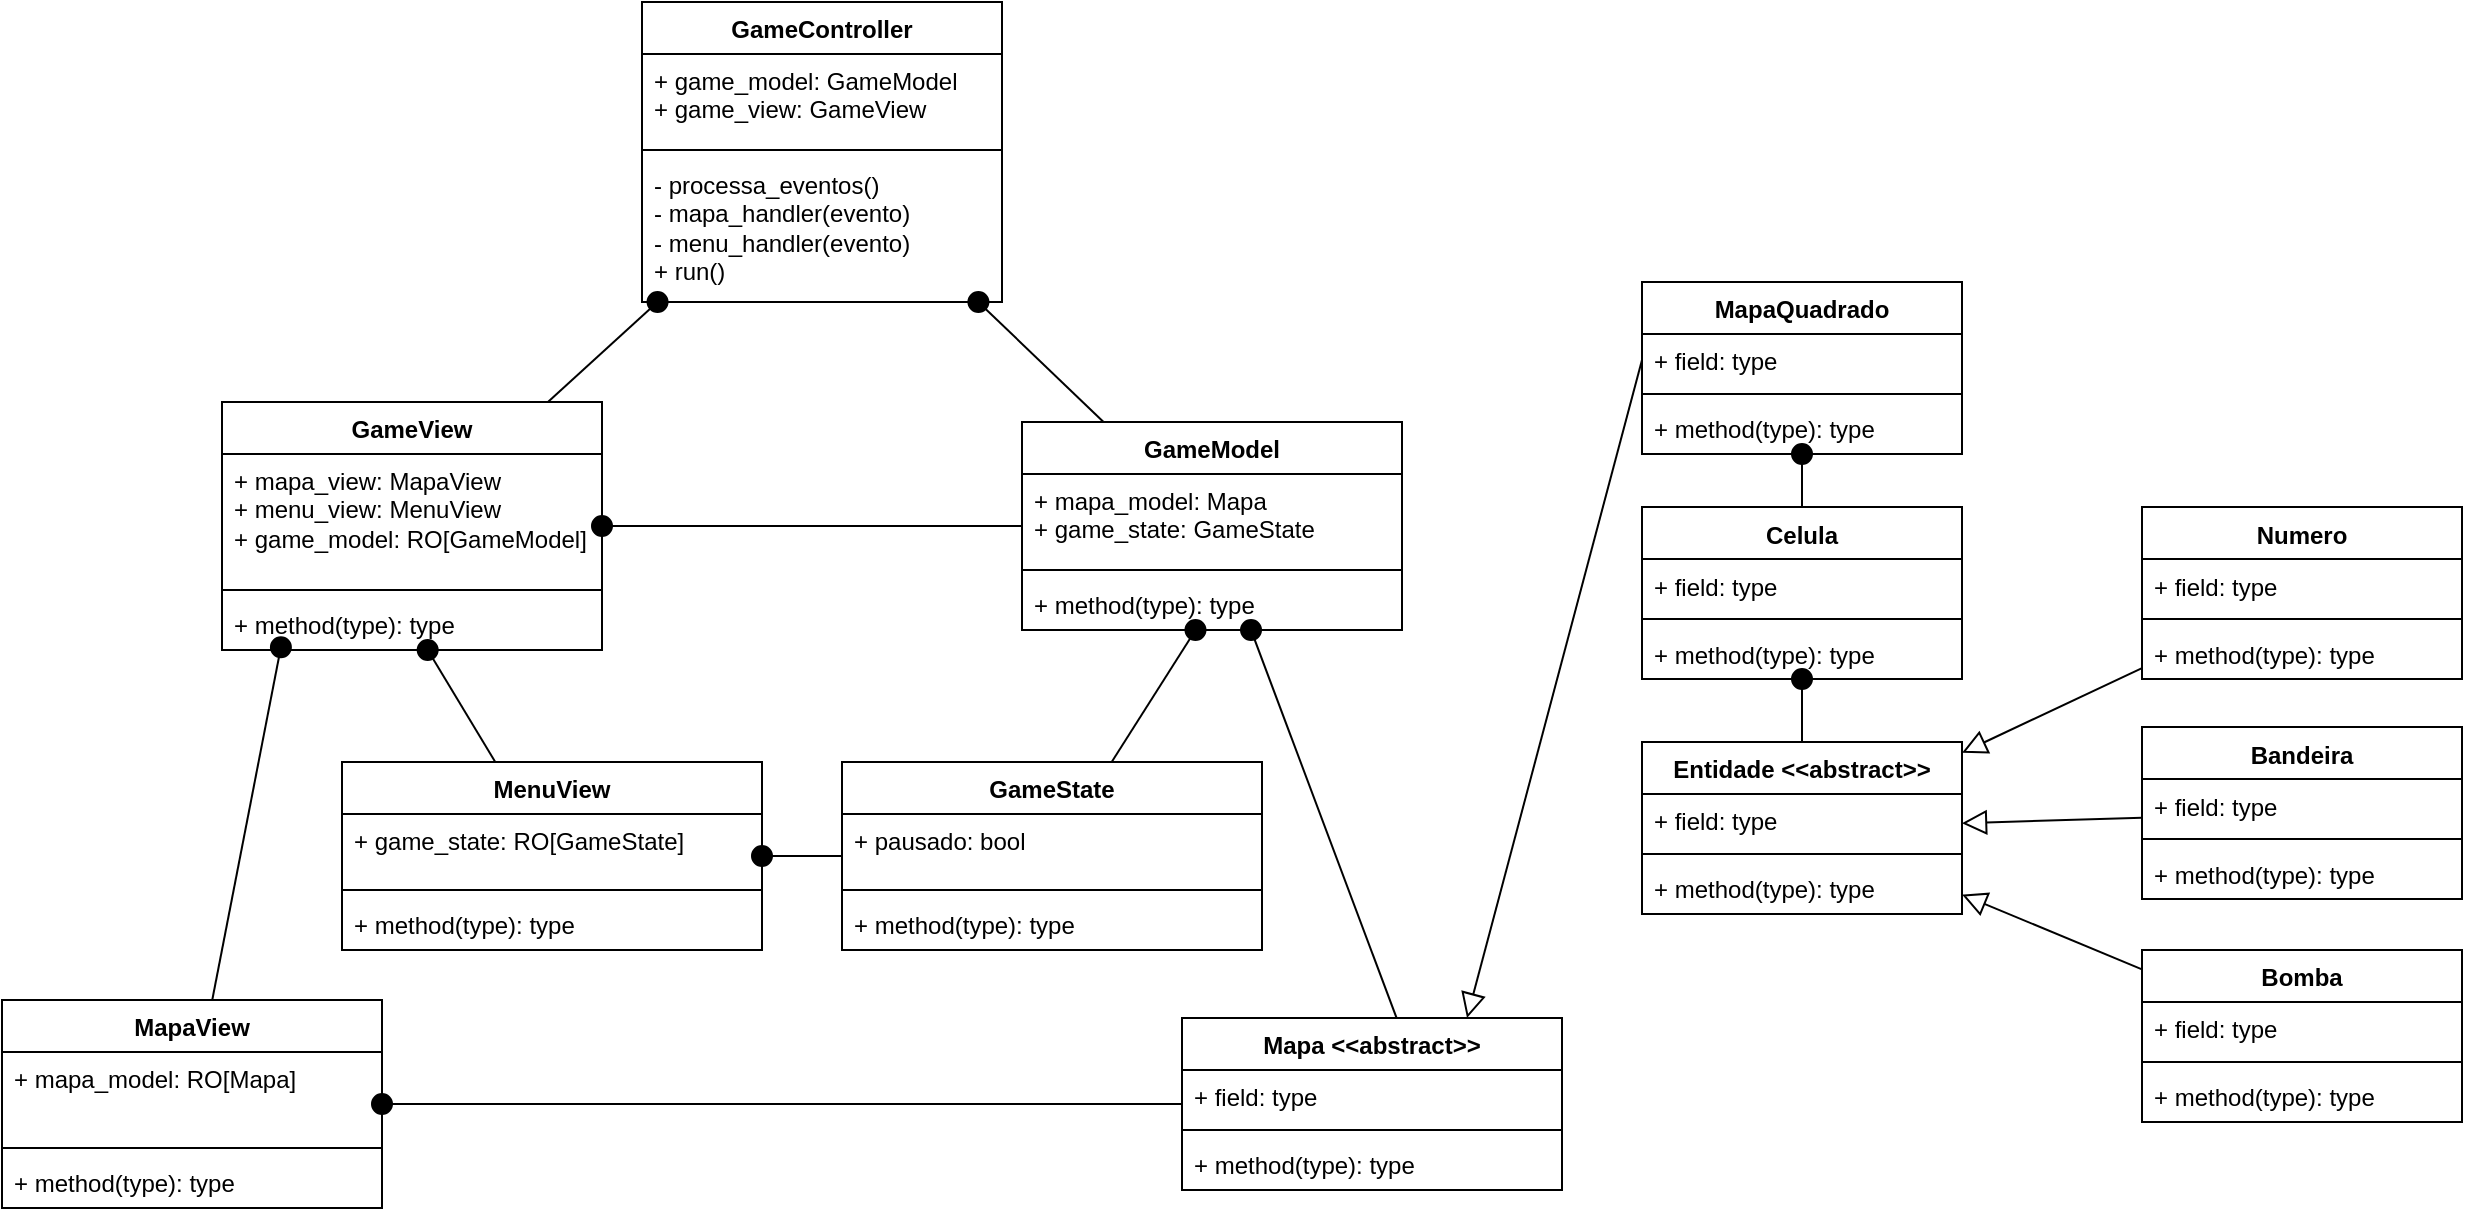
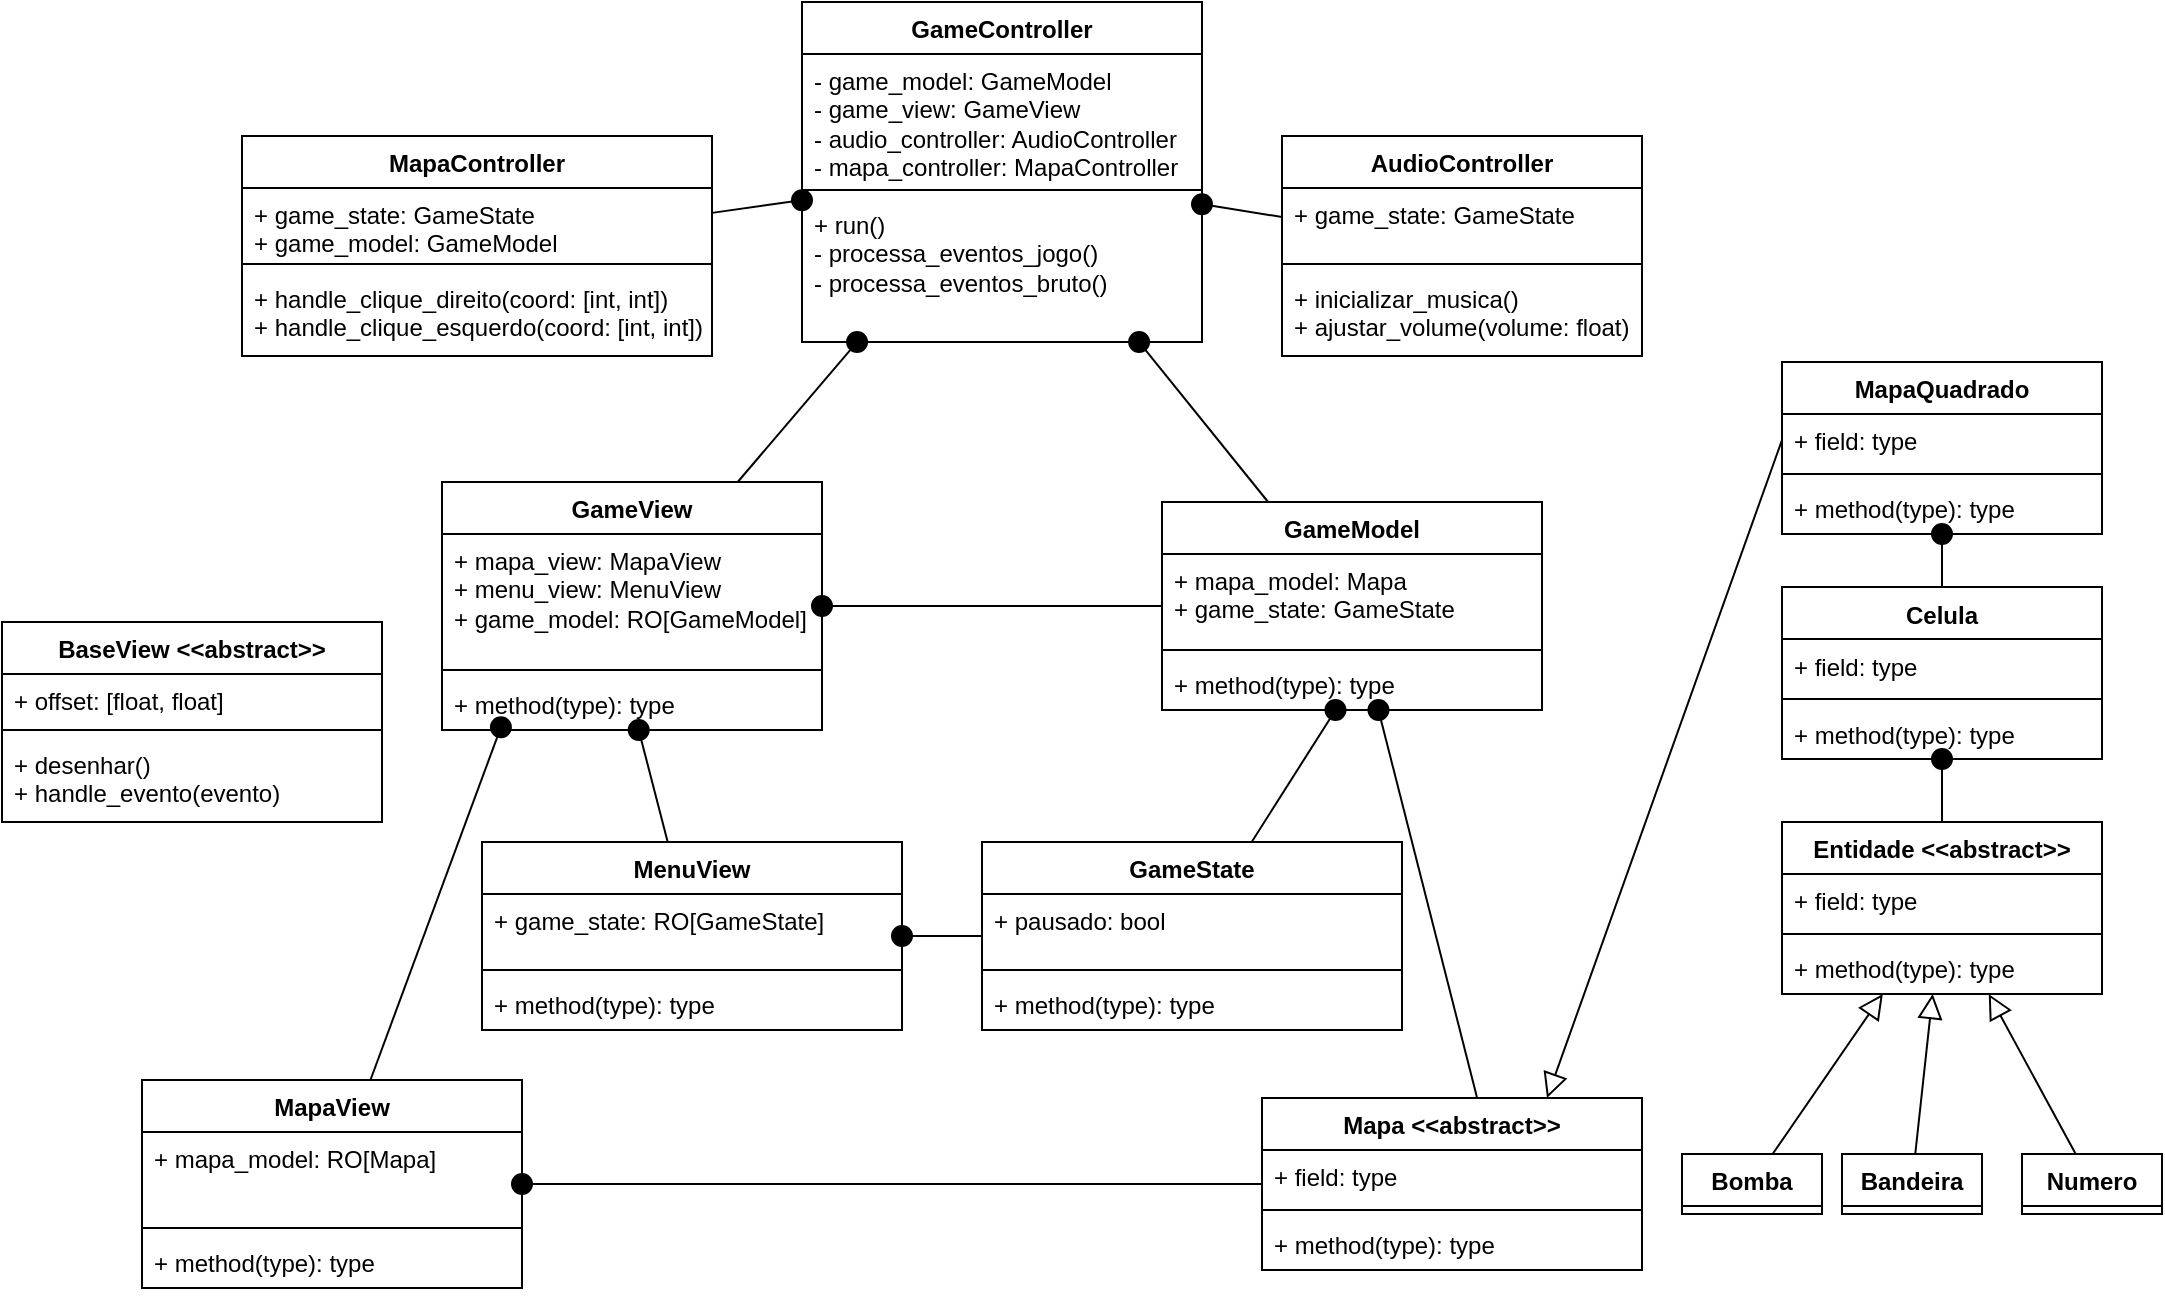
<mxfile host="Electron">
  <diagram name="Page-1" id="DsnJjIscG6YEeO3peNHQ">
    <mxGraphModel dx="2264" dy="844" grid="1" gridSize="10" guides="1" tooltips="1" connect="1" arrows="1" fold="1" page="1" pageScale="1" pageWidth="850" pageHeight="1100" math="0" shadow="0">
      <root>
        <mxCell id="0" />
        <mxCell id="1" parent="0" />
        <mxCell id="2NGO6QNT-XVds2e5QfUs-27" edge="1" parent="1" source="Y35sOmGl3bvAld_jIVSL-2" style="edgeStyle=none;shape=connector;rounded=0;orthogonalLoop=1;jettySize=auto;html=1;strokeColor=default;align=center;verticalAlign=middle;fontFamily=Helvetica;fontSize=11;fontColor=default;labelBackgroundColor=default;startSize=10;endArrow=block;endFill=0;endSize=10;exitX=0;exitY=0.5;exitDx=0;exitDy=0;entryX=0.75;entryY=0;entryDx=0;entryDy=0;" target="2NGO6QNT-XVds2e5QfUs-1" value="">
          <mxGeometry relative="1" as="geometry" />
        </mxCell>
        <mxCell id="Y35sOmGl3bvAld_jIVSL-1" parent="1" style="swimlane;fontStyle=1;align=center;verticalAlign=top;childLayout=stackLayout;horizontal=1;startSize=26;horizontalStack=0;resizeParent=1;resizeParentMax=0;resizeLast=0;collapsible=1;marginBottom=0;whiteSpace=wrap;html=1;" value="MapaQuadrado" vertex="1">
          <mxGeometry height="86" width="160" x="510" y="190" as="geometry">
            <mxRectangle height="30" width="120" x="345" y="370" as="alternateBounds" />
          </mxGeometry>
        </mxCell>
        <mxCell id="Y35sOmGl3bvAld_jIVSL-2" parent="Y35sOmGl3bvAld_jIVSL-1" style="text;strokeColor=none;fillColor=none;align=left;verticalAlign=top;spacingLeft=4;spacingRight=4;overflow=hidden;rotatable=0;points=[[0,0.5],[1,0.5]];portConstraint=eastwest;whiteSpace=wrap;html=1;" value="+ field: type" vertex="1">
          <mxGeometry height="26" width="160" y="26" as="geometry" />
        </mxCell>
        <mxCell id="Y35sOmGl3bvAld_jIVSL-3" parent="Y35sOmGl3bvAld_jIVSL-1" style="line;strokeWidth=1;fillColor=none;align=left;verticalAlign=middle;spacingTop=-1;spacingLeft=3;spacingRight=3;rotatable=0;labelPosition=right;points=[];portConstraint=eastwest;strokeColor=inherit;" value="" vertex="1">
          <mxGeometry height="8" width="160" y="52" as="geometry" />
        </mxCell>
        <mxCell id="Y35sOmGl3bvAld_jIVSL-4" parent="Y35sOmGl3bvAld_jIVSL-1" style="text;strokeColor=none;fillColor=none;align=left;verticalAlign=top;spacingLeft=4;spacingRight=4;overflow=hidden;rotatable=0;points=[[0,0.5],[1,0.5]];portConstraint=eastwest;whiteSpace=wrap;html=1;" value="+ method(type): type" vertex="1">
          <mxGeometry height="26" width="160" y="60" as="geometry" />
        </mxCell>
        <mxCell id="2NGO6QNT-XVds2e5QfUs-59" edge="1" parent="1" source="2NGO6QNT-XVds2e5QfUs-1" style="edgeStyle=none;shape=connector;rounded=0;orthogonalLoop=1;jettySize=auto;html=1;strokeColor=default;align=center;verticalAlign=middle;fontFamily=Helvetica;fontSize=11;fontColor=default;labelBackgroundColor=default;startSize=10;endArrow=oval;endFill=1;endSize=10;exitX=0.569;exitY=0.025;exitDx=0;exitDy=0;exitPerimeter=0;" target="2NGO6QNT-XVds2e5QfUs-41">
          <mxGeometry relative="1" as="geometry">
            <mxPoint x="400" y="430" as="targetPoint" />
          </mxGeometry>
        </mxCell>
        <mxCell id="2NGO6QNT-XVds2e5QfUs-95" edge="1" parent="1" source="2NGO6QNT-XVds2e5QfUs-1" style="edgeStyle=none;shape=connector;rounded=0;orthogonalLoop=1;jettySize=auto;html=1;strokeColor=default;align=center;verticalAlign=middle;fontFamily=Helvetica;fontSize=11;fontColor=default;labelBackgroundColor=default;startSize=10;endArrow=oval;endFill=1;endSize=10;" target="2NGO6QNT-XVds2e5QfUs-54">
          <mxGeometry relative="1" as="geometry" />
        </mxCell>
        <mxCell id="2NGO6QNT-XVds2e5QfUs-1" parent="1" style="swimlane;fontStyle=1;align=center;verticalAlign=top;childLayout=stackLayout;horizontal=1;startSize=26;horizontalStack=0;resizeParent=1;resizeParentMax=0;resizeLast=0;collapsible=1;marginBottom=0;whiteSpace=wrap;html=1;" value="Mapa &amp;lt;&amp;lt;abstract&amp;gt;&amp;gt;" vertex="1">
-           <mxGeometry height="86" width="190" x="280" y="558" as="geometry" />
+           <mxGeometry height="86" width="190" x="250" y="558" as="geometry" />
        </mxCell>
        <mxCell id="2NGO6QNT-XVds2e5QfUs-2" parent="2NGO6QNT-XVds2e5QfUs-1" style="text;strokeColor=none;fillColor=none;align=left;verticalAlign=top;spacingLeft=4;spacingRight=4;overflow=hidden;rotatable=0;points=[[0,0.5],[1,0.5]];portConstraint=eastwest;whiteSpace=wrap;html=1;" value="+ field: type" vertex="1">
          <mxGeometry height="26" width="190" y="26" as="geometry" />
        </mxCell>
        <mxCell id="2NGO6QNT-XVds2e5QfUs-3" parent="2NGO6QNT-XVds2e5QfUs-1" style="line;strokeWidth=1;fillColor=none;align=left;verticalAlign=middle;spacingTop=-1;spacingLeft=3;spacingRight=3;rotatable=0;labelPosition=right;points=[];portConstraint=eastwest;strokeColor=inherit;" value="" vertex="1">
          <mxGeometry height="8" width="190" y="52" as="geometry" />
        </mxCell>
        <mxCell id="2NGO6QNT-XVds2e5QfUs-4" parent="2NGO6QNT-XVds2e5QfUs-1" style="text;strokeColor=none;fillColor=none;align=left;verticalAlign=top;spacingLeft=4;spacingRight=4;overflow=hidden;rotatable=0;points=[[0,0.5],[1,0.5]];portConstraint=eastwest;whiteSpace=wrap;html=1;" value="+ method(type): type" vertex="1">
          <mxGeometry height="26" width="190" y="60" as="geometry" />
        </mxCell>
        <mxCell id="2NGO6QNT-XVds2e5QfUs-21" edge="1" parent="1" source="2NGO6QNT-XVds2e5QfUs-5" style="rounded=0;orthogonalLoop=1;jettySize=auto;html=1;endArrow=oval;endFill=1;endSize=10;startSize=10;" target="Y35sOmGl3bvAld_jIVSL-1" value="">
          <mxGeometry relative="1" as="geometry" />
        </mxCell>
        <mxCell id="2NGO6QNT-XVds2e5QfUs-5" parent="1" style="swimlane;fontStyle=1;align=center;verticalAlign=top;childLayout=stackLayout;horizontal=1;startSize=26;horizontalStack=0;resizeParent=1;resizeParentMax=0;resizeLast=0;collapsible=1;marginBottom=0;whiteSpace=wrap;html=1;" value="Celula" vertex="1">
          <mxGeometry height="86" width="160" x="510" y="302.5" as="geometry">
            <mxRectangle height="30" width="70" x="345" y="487" as="alternateBounds" />
          </mxGeometry>
        </mxCell>
        <mxCell id="2NGO6QNT-XVds2e5QfUs-6" parent="2NGO6QNT-XVds2e5QfUs-5" style="text;strokeColor=none;fillColor=none;align=left;verticalAlign=top;spacingLeft=4;spacingRight=4;overflow=hidden;rotatable=0;points=[[0,0.5],[1,0.5]];portConstraint=eastwest;whiteSpace=wrap;html=1;" value="+ field: type" vertex="1">
          <mxGeometry height="26" width="160" y="26" as="geometry" />
        </mxCell>
        <mxCell id="2NGO6QNT-XVds2e5QfUs-7" parent="2NGO6QNT-XVds2e5QfUs-5" style="line;strokeWidth=1;fillColor=none;align=left;verticalAlign=middle;spacingTop=-1;spacingLeft=3;spacingRight=3;rotatable=0;labelPosition=right;points=[];portConstraint=eastwest;strokeColor=inherit;" value="" vertex="1">
          <mxGeometry height="8" width="160" y="52" as="geometry" />
        </mxCell>
        <mxCell id="2NGO6QNT-XVds2e5QfUs-8" parent="2NGO6QNT-XVds2e5QfUs-5" style="text;strokeColor=none;fillColor=none;align=left;verticalAlign=top;spacingLeft=4;spacingRight=4;overflow=hidden;rotatable=0;points=[[0,0.5],[1,0.5]];portConstraint=eastwest;whiteSpace=wrap;html=1;" value="+ method(type): type" vertex="1">
          <mxGeometry height="26" width="160" y="60" as="geometry" />
        </mxCell>
        <mxCell id="2NGO6QNT-XVds2e5QfUs-24" edge="1" parent="1" source="2NGO6QNT-XVds2e5QfUs-9" style="rounded=0;orthogonalLoop=1;jettySize=auto;html=1;endArrow=block;endFill=0;endSize=10;startSize=10;" target="2NGO6QNT-XVds2e5QfUs-17" value="">
          <mxGeometry relative="1" as="geometry" />
        </mxCell>
-         <mxCell id="2NGO6QNT-XVds2e5QfUs-9" parent="1" style="swimlane;fontStyle=1;align=center;verticalAlign=top;childLayout=stackLayout;horizontal=1;startSize=26;horizontalStack=0;resizeParent=1;resizeParentMax=0;resizeLast=0;collapsible=1;marginBottom=0;whiteSpace=wrap;html=1;" value="Bandeira" vertex="1">
-           <mxGeometry height="86" width="160" x="760" y="412.5" as="geometry">
-             <mxRectangle height="30" width="70" x="345" y="487" as="alternateBounds" />
+         <mxCell id="2NGO6QNT-XVds2e5QfUs-9" collapsed="1" parent="1" style="swimlane;fontStyle=1;align=center;verticalAlign=top;childLayout=stackLayout;horizontal=1;startSize=26;horizontalStack=0;resizeParent=1;resizeParentMax=0;resizeLast=0;collapsible=1;marginBottom=0;whiteSpace=wrap;html=1;" value="Bandeira" vertex="1">
+           <mxGeometry height="30" width="70" x="540" y="586" as="geometry">
+             <mxRectangle height="86" width="160" x="760" y="412.5" as="alternateBounds" />
          </mxGeometry>
        </mxCell>
        <mxCell id="2NGO6QNT-XVds2e5QfUs-10" parent="2NGO6QNT-XVds2e5QfUs-9" style="text;strokeColor=none;fillColor=none;align=left;verticalAlign=top;spacingLeft=4;spacingRight=4;overflow=hidden;rotatable=0;points=[[0,0.5],[1,0.5]];portConstraint=eastwest;whiteSpace=wrap;html=1;" value="+ field: type" vertex="1">
          <mxGeometry height="26" width="160" y="26" as="geometry" />
        </mxCell>
        <mxCell id="2NGO6QNT-XVds2e5QfUs-11" parent="2NGO6QNT-XVds2e5QfUs-9" style="line;strokeWidth=1;fillColor=none;align=left;verticalAlign=middle;spacingTop=-1;spacingLeft=3;spacingRight=3;rotatable=0;labelPosition=right;points=[];portConstraint=eastwest;strokeColor=inherit;" value="" vertex="1">
          <mxGeometry height="8" width="160" y="52" as="geometry" />
        </mxCell>
        <mxCell id="2NGO6QNT-XVds2e5QfUs-12" parent="2NGO6QNT-XVds2e5QfUs-9" style="text;strokeColor=none;fillColor=none;align=left;verticalAlign=top;spacingLeft=4;spacingRight=4;overflow=hidden;rotatable=0;points=[[0,0.5],[1,0.5]];portConstraint=eastwest;whiteSpace=wrap;html=1;" value="+ method(type): type" vertex="1">
          <mxGeometry height="26" width="160" y="60" as="geometry" />
        </mxCell>
        <mxCell id="2NGO6QNT-XVds2e5QfUs-26" edge="1" parent="1" source="2NGO6QNT-XVds2e5QfUs-13" style="rounded=0;orthogonalLoop=1;jettySize=auto;html=1;endArrow=block;endFill=0;endSize=10;startSize=10;" target="2NGO6QNT-XVds2e5QfUs-17" value="">
          <mxGeometry relative="1" as="geometry" />
        </mxCell>
-         <mxCell id="2NGO6QNT-XVds2e5QfUs-13" parent="1" style="swimlane;fontStyle=1;align=center;verticalAlign=top;childLayout=stackLayout;horizontal=1;startSize=26;horizontalStack=0;resizeParent=1;resizeParentMax=0;resizeLast=0;collapsible=1;marginBottom=0;whiteSpace=wrap;html=1;" value="Bomba" vertex="1">
-           <mxGeometry height="86" width="160" x="760" y="524" as="geometry">
-             <mxRectangle height="30" width="70" x="345" y="487" as="alternateBounds" />
+         <mxCell id="2NGO6QNT-XVds2e5QfUs-13" collapsed="1" parent="1" style="swimlane;fontStyle=1;align=center;verticalAlign=top;childLayout=stackLayout;horizontal=1;startSize=26;horizontalStack=0;resizeParent=1;resizeParentMax=0;resizeLast=0;collapsible=1;marginBottom=0;whiteSpace=wrap;html=1;" value="Bomba" vertex="1">
+           <mxGeometry height="30" width="70" x="460" y="586" as="geometry">
+             <mxRectangle height="86" width="160" x="760" y="524" as="alternateBounds" />
          </mxGeometry>
        </mxCell>
        <mxCell id="2NGO6QNT-XVds2e5QfUs-14" parent="2NGO6QNT-XVds2e5QfUs-13" style="text;strokeColor=none;fillColor=none;align=left;verticalAlign=top;spacingLeft=4;spacingRight=4;overflow=hidden;rotatable=0;points=[[0,0.5],[1,0.5]];portConstraint=eastwest;whiteSpace=wrap;html=1;" value="+ field: type" vertex="1">
          <mxGeometry height="26" width="160" y="26" as="geometry" />
        </mxCell>
        <mxCell id="2NGO6QNT-XVds2e5QfUs-15" parent="2NGO6QNT-XVds2e5QfUs-13" style="line;strokeWidth=1;fillColor=none;align=left;verticalAlign=middle;spacingTop=-1;spacingLeft=3;spacingRight=3;rotatable=0;labelPosition=right;points=[];portConstraint=eastwest;strokeColor=inherit;" value="" vertex="1">
          <mxGeometry height="8" width="160" y="52" as="geometry" />
        </mxCell>
        <mxCell id="2NGO6QNT-XVds2e5QfUs-16" parent="2NGO6QNT-XVds2e5QfUs-13" style="text;strokeColor=none;fillColor=none;align=left;verticalAlign=top;spacingLeft=4;spacingRight=4;overflow=hidden;rotatable=0;points=[[0,0.5],[1,0.5]];portConstraint=eastwest;whiteSpace=wrap;html=1;" value="+ method(type): type" vertex="1">
          <mxGeometry height="26" width="160" y="60" as="geometry" />
        </mxCell>
        <mxCell id="2NGO6QNT-XVds2e5QfUs-22" edge="1" parent="1" source="2NGO6QNT-XVds2e5QfUs-17" style="edgeStyle=orthogonalEdgeStyle;rounded=0;orthogonalLoop=1;jettySize=auto;html=1;endArrow=oval;endFill=1;endSize=10;startSize=10;" target="2NGO6QNT-XVds2e5QfUs-5" value="">
          <mxGeometry relative="1" as="geometry" />
        </mxCell>
        <mxCell id="2NGO6QNT-XVds2e5QfUs-17" parent="1" style="swimlane;fontStyle=1;align=center;verticalAlign=top;childLayout=stackLayout;horizontal=1;startSize=26;horizontalStack=0;resizeParent=1;resizeParentMax=0;resizeLast=0;collapsible=1;marginBottom=0;whiteSpace=wrap;html=1;" value="Entidade &amp;lt;&amp;lt;abstract&amp;gt;&amp;gt;" vertex="1">
          <mxGeometry height="86" width="160" x="510" y="420" as="geometry">
            <mxRectangle height="30" width="70" x="345" y="487" as="alternateBounds" />
          </mxGeometry>
        </mxCell>
        <mxCell id="2NGO6QNT-XVds2e5QfUs-18" parent="2NGO6QNT-XVds2e5QfUs-17" style="text;strokeColor=none;fillColor=none;align=left;verticalAlign=top;spacingLeft=4;spacingRight=4;overflow=hidden;rotatable=0;points=[[0,0.5],[1,0.5]];portConstraint=eastwest;whiteSpace=wrap;html=1;" value="+ field: type" vertex="1">
          <mxGeometry height="26" width="160" y="26" as="geometry" />
        </mxCell>
        <mxCell id="2NGO6QNT-XVds2e5QfUs-19" parent="2NGO6QNT-XVds2e5QfUs-17" style="line;strokeWidth=1;fillColor=none;align=left;verticalAlign=middle;spacingTop=-1;spacingLeft=3;spacingRight=3;rotatable=0;labelPosition=right;points=[];portConstraint=eastwest;strokeColor=inherit;" value="" vertex="1">
          <mxGeometry height="8" width="160" y="52" as="geometry" />
        </mxCell>
        <mxCell id="2NGO6QNT-XVds2e5QfUs-20" parent="2NGO6QNT-XVds2e5QfUs-17" style="text;strokeColor=none;fillColor=none;align=left;verticalAlign=top;spacingLeft=4;spacingRight=4;overflow=hidden;rotatable=0;points=[[0,0.5],[1,0.5]];portConstraint=eastwest;whiteSpace=wrap;html=1;" value="+ method(type): type" vertex="1">
          <mxGeometry height="26" width="160" y="60" as="geometry" />
        </mxCell>
        <mxCell id="2NGO6QNT-XVds2e5QfUs-32" edge="1" parent="1" source="2NGO6QNT-XVds2e5QfUs-28" style="edgeStyle=none;shape=connector;rounded=0;orthogonalLoop=1;jettySize=auto;html=1;strokeColor=default;align=center;verticalAlign=middle;fontFamily=Helvetica;fontSize=11;fontColor=default;labelBackgroundColor=default;startSize=10;endArrow=block;endFill=0;endSize=10;" target="2NGO6QNT-XVds2e5QfUs-17">
          <mxGeometry relative="1" as="geometry" />
        </mxCell>
-         <mxCell id="2NGO6QNT-XVds2e5QfUs-28" parent="1" style="swimlane;fontStyle=1;align=center;verticalAlign=top;childLayout=stackLayout;horizontal=1;startSize=26;horizontalStack=0;resizeParent=1;resizeParentMax=0;resizeLast=0;collapsible=1;marginBottom=0;whiteSpace=wrap;html=1;" value="Numero" vertex="1">
-           <mxGeometry height="86" width="160" x="760" y="302.5" as="geometry">
-             <mxRectangle height="30" width="70" x="345" y="487" as="alternateBounds" />
+         <mxCell id="2NGO6QNT-XVds2e5QfUs-28" collapsed="1" parent="1" style="swimlane;fontStyle=1;align=center;verticalAlign=top;childLayout=stackLayout;horizontal=1;startSize=26;horizontalStack=0;resizeParent=1;resizeParentMax=0;resizeLast=0;collapsible=1;marginBottom=0;whiteSpace=wrap;html=1;" value="Numero" vertex="1">
+           <mxGeometry height="30" width="70" x="630" y="586" as="geometry">
+             <mxRectangle height="86" width="160" x="760" y="302.5" as="alternateBounds" />
          </mxGeometry>
        </mxCell>
        <mxCell id="2NGO6QNT-XVds2e5QfUs-29" parent="2NGO6QNT-XVds2e5QfUs-28" style="text;strokeColor=none;fillColor=none;align=left;verticalAlign=top;spacingLeft=4;spacingRight=4;overflow=hidden;rotatable=0;points=[[0,0.5],[1,0.5]];portConstraint=eastwest;whiteSpace=wrap;html=1;" value="+ field: type" vertex="1">
          <mxGeometry height="26" width="160" y="26" as="geometry" />
        </mxCell>
        <mxCell id="2NGO6QNT-XVds2e5QfUs-30" parent="2NGO6QNT-XVds2e5QfUs-28" style="line;strokeWidth=1;fillColor=none;align=left;verticalAlign=middle;spacingTop=-1;spacingLeft=3;spacingRight=3;rotatable=0;labelPosition=right;points=[];portConstraint=eastwest;strokeColor=inherit;" value="" vertex="1">
          <mxGeometry height="8" width="160" y="52" as="geometry" />
        </mxCell>
        <mxCell id="2NGO6QNT-XVds2e5QfUs-31" parent="2NGO6QNT-XVds2e5QfUs-28" style="text;strokeColor=none;fillColor=none;align=left;verticalAlign=top;spacingLeft=4;spacingRight=4;overflow=hidden;rotatable=0;points=[[0,0.5],[1,0.5]];portConstraint=eastwest;whiteSpace=wrap;html=1;" value="+ method(type): type" vertex="1">
          <mxGeometry height="26" width="160" y="60" as="geometry" />
        </mxCell>
        <mxCell id="2NGO6QNT-XVds2e5QfUs-33" parent="1" style="swimlane;fontStyle=1;align=center;verticalAlign=top;childLayout=stackLayout;horizontal=1;startSize=26;horizontalStack=0;resizeParent=1;resizeParentMax=0;resizeLast=0;collapsible=1;marginBottom=0;whiteSpace=wrap;html=1;" value="GameController" vertex="1">
-           <mxGeometry height="150" width="180" x="10" y="50" as="geometry" />
-         </mxCell>
-         <mxCell id="2NGO6QNT-XVds2e5QfUs-34" parent="2NGO6QNT-XVds2e5QfUs-33" style="text;strokeColor=none;fillColor=none;align=left;verticalAlign=top;spacingLeft=4;spacingRight=4;overflow=hidden;rotatable=0;points=[[0,0.5],[1,0.5]];portConstraint=eastwest;whiteSpace=wrap;html=1;" value="+ game_model: GameModel&lt;div&gt;+ game_view: GameView&lt;/div&gt;" vertex="1">
-           <mxGeometry height="44" width="180" y="26" as="geometry" />
+           <mxGeometry height="170" width="200" x="20" y="10" as="geometry" />
+         </mxCell>
+         <mxCell id="2NGO6QNT-XVds2e5QfUs-34" parent="2NGO6QNT-XVds2e5QfUs-33" style="text;strokeColor=none;fillColor=none;align=left;verticalAlign=top;spacingLeft=4;spacingRight=4;overflow=hidden;rotatable=0;points=[[0,0.5],[1,0.5]];portConstraint=eastwest;whiteSpace=wrap;html=1;" value="- game_model: GameModel&lt;div&gt;- game_view: GameView&lt;/div&gt;&lt;div&gt;- audio_controller: AudioController&lt;/div&gt;&lt;div&gt;- mapa_controller: MapaController&lt;/div&gt;" vertex="1">
+           <mxGeometry height="64" width="200" y="26" as="geometry" />
        </mxCell>
        <mxCell id="2NGO6QNT-XVds2e5QfUs-35" parent="2NGO6QNT-XVds2e5QfUs-33" style="line;strokeWidth=1;fillColor=none;align=left;verticalAlign=middle;spacingTop=-1;spacingLeft=3;spacingRight=3;rotatable=0;labelPosition=right;points=[];portConstraint=eastwest;strokeColor=inherit;" value="" vertex="1">
-           <mxGeometry height="8" width="180" y="70" as="geometry" />
-         </mxCell>
-         <mxCell id="2NGO6QNT-XVds2e5QfUs-36" parent="2NGO6QNT-XVds2e5QfUs-33" style="text;strokeColor=none;fillColor=none;align=left;verticalAlign=top;spacingLeft=4;spacingRight=4;overflow=hidden;rotatable=0;points=[[0,0.5],[1,0.5]];portConstraint=eastwest;whiteSpace=wrap;html=1;" value="&lt;div&gt;- processa_eventos()&lt;/div&gt;&lt;div&gt;- mapa_handler(evento)&lt;/div&gt;&lt;div&gt;- menu_handler(evento)&lt;/div&gt;+ run()" vertex="1">
-           <mxGeometry height="72" width="180" y="78" as="geometry" />
+           <mxGeometry height="8" width="200" y="90" as="geometry" />
+         </mxCell>
+         <mxCell id="2NGO6QNT-XVds2e5QfUs-36" parent="2NGO6QNT-XVds2e5QfUs-33" style="text;strokeColor=none;fillColor=none;align=left;verticalAlign=top;spacingLeft=4;spacingRight=4;overflow=hidden;rotatable=0;points=[[0,0.5],[1,0.5]];portConstraint=eastwest;whiteSpace=wrap;html=1;" value="&lt;div&gt;+ run()&lt;/div&gt;&lt;div&gt;- processa_eventos_jogo()&lt;/div&gt;&lt;div&gt;- processa_eventos_bruto()&lt;/div&gt;" vertex="1">
+           <mxGeometry height="72" width="200" y="98" as="geometry" />
        </mxCell>
        <mxCell id="2NGO6QNT-XVds2e5QfUs-51" edge="1" parent="1" source="2NGO6QNT-XVds2e5QfUs-37" style="edgeStyle=none;shape=connector;rounded=0;orthogonalLoop=1;jettySize=auto;html=1;strokeColor=default;align=center;verticalAlign=middle;fontFamily=Helvetica;fontSize=11;fontColor=default;labelBackgroundColor=default;startSize=10;endArrow=oval;endFill=1;endSize=10;" target="2NGO6QNT-XVds2e5QfUs-33">
          <mxGeometry relative="1" as="geometry" />
        </mxCell>
        <mxCell id="2NGO6QNT-XVds2e5QfUs-37" parent="1" style="swimlane;fontStyle=1;align=center;verticalAlign=top;childLayout=stackLayout;horizontal=1;startSize=26;horizontalStack=0;resizeParent=1;resizeParentMax=0;resizeLast=0;collapsible=1;marginBottom=0;whiteSpace=wrap;html=1;" value="GameView" vertex="1">
-           <mxGeometry height="124" width="190" x="-200" y="250" as="geometry" />
+           <mxGeometry height="124" width="190" x="-160" y="250" as="geometry" />
        </mxCell>
        <mxCell id="2NGO6QNT-XVds2e5QfUs-38" parent="2NGO6QNT-XVds2e5QfUs-37" style="text;strokeColor=none;fillColor=none;align=left;verticalAlign=top;spacingLeft=4;spacingRight=4;overflow=hidden;rotatable=0;points=[[0,0.5],[1,0.5]];portConstraint=eastwest;whiteSpace=wrap;html=1;" value="+ mapa_view: MapaView&lt;div&gt;+ menu_view: MenuView&lt;/div&gt;&lt;div&gt;+ game_model: RO[GameModel]&lt;/div&gt;" vertex="1">
          <mxGeometry height="64" width="190" y="26" as="geometry" />
        </mxCell>
        <mxCell id="2NGO6QNT-XVds2e5QfUs-39" parent="2NGO6QNT-XVds2e5QfUs-37" style="line;strokeWidth=1;fillColor=none;align=left;verticalAlign=middle;spacingTop=-1;spacingLeft=3;spacingRight=3;rotatable=0;labelPosition=right;points=[];portConstraint=eastwest;strokeColor=inherit;" value="" vertex="1">
          <mxGeometry height="8" width="190" y="90" as="geometry" />
        </mxCell>
        <mxCell id="2NGO6QNT-XVds2e5QfUs-40" parent="2NGO6QNT-XVds2e5QfUs-37" style="text;strokeColor=none;fillColor=none;align=left;verticalAlign=top;spacingLeft=4;spacingRight=4;overflow=hidden;rotatable=0;points=[[0,0.5],[1,0.5]];portConstraint=eastwest;whiteSpace=wrap;html=1;" value="+ method(type): type" vertex="1">
          <mxGeometry height="26" width="190" y="98" as="geometry" />
        </mxCell>
        <mxCell id="2NGO6QNT-XVds2e5QfUs-50" edge="1" parent="1" source="2NGO6QNT-XVds2e5QfUs-41" style="edgeStyle=none;shape=connector;rounded=0;orthogonalLoop=1;jettySize=auto;html=1;strokeColor=default;align=center;verticalAlign=middle;fontFamily=Helvetica;fontSize=11;fontColor=default;labelBackgroundColor=default;startSize=10;endArrow=oval;endFill=1;endSize=10;" target="2NGO6QNT-XVds2e5QfUs-33">
          <mxGeometry relative="1" as="geometry" />
        </mxCell>
        <mxCell id="2NGO6QNT-XVds2e5QfUs-92" edge="1" parent="1" source="2NGO6QNT-XVds2e5QfUs-41" style="edgeStyle=none;shape=connector;rounded=0;orthogonalLoop=1;jettySize=auto;html=1;strokeColor=default;align=center;verticalAlign=middle;fontFamily=Helvetica;fontSize=11;fontColor=default;labelBackgroundColor=default;startSize=10;endArrow=oval;endFill=1;endSize=10;" target="2NGO6QNT-XVds2e5QfUs-37">
          <mxGeometry relative="1" as="geometry" />
        </mxCell>
        <mxCell id="2NGO6QNT-XVds2e5QfUs-41" parent="1" style="swimlane;fontStyle=1;align=center;verticalAlign=top;childLayout=stackLayout;horizontal=1;startSize=26;horizontalStack=0;resizeParent=1;resizeParentMax=0;resizeLast=0;collapsible=1;marginBottom=0;whiteSpace=wrap;html=1;" value="GameModel" vertex="1">
          <mxGeometry height="104" width="190" x="200" y="260" as="geometry" />
        </mxCell>
        <mxCell id="2NGO6QNT-XVds2e5QfUs-42" parent="2NGO6QNT-XVds2e5QfUs-41" style="text;strokeColor=none;fillColor=none;align=left;verticalAlign=top;spacingLeft=4;spacingRight=4;overflow=hidden;rotatable=0;points=[[0,0.5],[1,0.5]];portConstraint=eastwest;whiteSpace=wrap;html=1;" value="+ mapa_model: Mapa&lt;div&gt;+ game_state: GameState&lt;/div&gt;" vertex="1">
          <mxGeometry height="44" width="190" y="26" as="geometry" />
        </mxCell>
        <mxCell id="2NGO6QNT-XVds2e5QfUs-43" parent="2NGO6QNT-XVds2e5QfUs-41" style="line;strokeWidth=1;fillColor=none;align=left;verticalAlign=middle;spacingTop=-1;spacingLeft=3;spacingRight=3;rotatable=0;labelPosition=right;points=[];portConstraint=eastwest;strokeColor=inherit;" value="" vertex="1">
          <mxGeometry height="8" width="190" y="70" as="geometry" />
        </mxCell>
        <mxCell id="2NGO6QNT-XVds2e5QfUs-44" parent="2NGO6QNT-XVds2e5QfUs-41" style="text;strokeColor=none;fillColor=none;align=left;verticalAlign=top;spacingLeft=4;spacingRight=4;overflow=hidden;rotatable=0;points=[[0,0.5],[1,0.5]];portConstraint=eastwest;whiteSpace=wrap;html=1;" value="+ method(type): type" vertex="1">
          <mxGeometry height="26" width="190" y="78" as="geometry" />
        </mxCell>
        <mxCell id="2NGO6QNT-XVds2e5QfUs-58" edge="1" parent="1" source="2NGO6QNT-XVds2e5QfUs-54" style="edgeStyle=none;shape=connector;rounded=0;orthogonalLoop=1;jettySize=auto;html=1;strokeColor=default;align=center;verticalAlign=middle;fontFamily=Helvetica;fontSize=11;fontColor=default;labelBackgroundColor=default;startSize=10;endArrow=oval;endFill=1;endSize=10;entryX=0.155;entryY=0.946;entryDx=0;entryDy=0;entryPerimeter=0;" target="2NGO6QNT-XVds2e5QfUs-40">
          <mxGeometry relative="1" as="geometry" />
        </mxCell>
        <mxCell id="2NGO6QNT-XVds2e5QfUs-54" parent="1" style="swimlane;fontStyle=1;align=center;verticalAlign=top;childLayout=stackLayout;horizontal=1;startSize=26;horizontalStack=0;resizeParent=1;resizeParentMax=0;resizeLast=0;collapsible=1;marginBottom=0;whiteSpace=wrap;html=1;" value="MapaView" vertex="1">
          <mxGeometry height="104" width="190" x="-310" y="549" as="geometry" />
        </mxCell>
        <mxCell id="2NGO6QNT-XVds2e5QfUs-55" parent="2NGO6QNT-XVds2e5QfUs-54" style="text;strokeColor=none;fillColor=none;align=left;verticalAlign=top;spacingLeft=4;spacingRight=4;overflow=hidden;rotatable=0;points=[[0,0.5],[1,0.5]];portConstraint=eastwest;whiteSpace=wrap;html=1;" value="+ mapa_model: RO[Mapa]" vertex="1">
          <mxGeometry height="44" width="190" y="26" as="geometry" />
        </mxCell>
        <mxCell id="2NGO6QNT-XVds2e5QfUs-56" parent="2NGO6QNT-XVds2e5QfUs-54" style="line;strokeWidth=1;fillColor=none;align=left;verticalAlign=middle;spacingTop=-1;spacingLeft=3;spacingRight=3;rotatable=0;labelPosition=right;points=[];portConstraint=eastwest;strokeColor=inherit;" value="" vertex="1">
          <mxGeometry height="8" width="190" y="70" as="geometry" />
        </mxCell>
        <mxCell id="2NGO6QNT-XVds2e5QfUs-57" parent="2NGO6QNT-XVds2e5QfUs-54" style="text;strokeColor=none;fillColor=none;align=left;verticalAlign=top;spacingLeft=4;spacingRight=4;overflow=hidden;rotatable=0;points=[[0,0.5],[1,0.5]];portConstraint=eastwest;whiteSpace=wrap;html=1;" value="+ method(type): type" vertex="1">
          <mxGeometry height="26" width="190" y="78" as="geometry" />
        </mxCell>
        <mxCell id="2NGO6QNT-XVds2e5QfUs-70" edge="1" parent="1" source="2NGO6QNT-XVds2e5QfUs-66" style="edgeStyle=none;shape=connector;rounded=0;orthogonalLoop=1;jettySize=auto;html=1;strokeColor=default;align=center;verticalAlign=middle;fontFamily=Helvetica;fontSize=11;fontColor=default;labelBackgroundColor=default;startSize=10;endArrow=oval;endFill=1;endSize=10;" target="2NGO6QNT-XVds2e5QfUs-40" value="">
          <mxGeometry relative="1" as="geometry" />
        </mxCell>
        <mxCell id="2NGO6QNT-XVds2e5QfUs-66" parent="1" style="swimlane;fontStyle=1;align=center;verticalAlign=top;childLayout=stackLayout;horizontal=1;startSize=26;horizontalStack=0;resizeParent=1;resizeParentMax=0;resizeLast=0;collapsible=1;marginBottom=0;whiteSpace=wrap;html=1;" value="MenuView" vertex="1">
          <mxGeometry height="94" width="210" x="-140" y="430" as="geometry" />
        </mxCell>
        <mxCell id="2NGO6QNT-XVds2e5QfUs-67" parent="2NGO6QNT-XVds2e5QfUs-66" style="text;strokeColor=none;fillColor=none;align=left;verticalAlign=top;spacingLeft=4;spacingRight=4;overflow=hidden;rotatable=0;points=[[0,0.5],[1,0.5]];portConstraint=eastwest;whiteSpace=wrap;html=1;" value="+ game_state: RO[GameState]" vertex="1">
          <mxGeometry height="34" width="210" y="26" as="geometry" />
        </mxCell>
        <mxCell id="2NGO6QNT-XVds2e5QfUs-68" parent="2NGO6QNT-XVds2e5QfUs-66" style="line;strokeWidth=1;fillColor=none;align=left;verticalAlign=middle;spacingTop=-1;spacingLeft=3;spacingRight=3;rotatable=0;labelPosition=right;points=[];portConstraint=eastwest;strokeColor=inherit;" value="" vertex="1">
          <mxGeometry height="8" width="210" y="60" as="geometry" />
        </mxCell>
        <mxCell id="2NGO6QNT-XVds2e5QfUs-69" parent="2NGO6QNT-XVds2e5QfUs-66" style="text;strokeColor=none;fillColor=none;align=left;verticalAlign=top;spacingLeft=4;spacingRight=4;overflow=hidden;rotatable=0;points=[[0,0.5],[1,0.5]];portConstraint=eastwest;whiteSpace=wrap;html=1;" value="+ method(type): type" vertex="1">
          <mxGeometry height="26" width="210" y="68" as="geometry" />
        </mxCell>
        <mxCell id="2NGO6QNT-XVds2e5QfUs-75" edge="1" parent="1" source="2NGO6QNT-XVds2e5QfUs-71" style="edgeStyle=none;shape=connector;rounded=0;orthogonalLoop=1;jettySize=auto;html=1;strokeColor=default;align=center;verticalAlign=middle;fontFamily=Helvetica;fontSize=11;fontColor=default;labelBackgroundColor=default;startSize=10;endArrow=oval;endFill=1;endSize=10;" target="2NGO6QNT-XVds2e5QfUs-44" value="">
          <mxGeometry relative="1" as="geometry" />
        </mxCell>
        <mxCell id="2NGO6QNT-XVds2e5QfUs-87" edge="1" parent="1" source="2NGO6QNT-XVds2e5QfUs-71" style="edgeStyle=none;shape=connector;rounded=0;orthogonalLoop=1;jettySize=auto;html=1;strokeColor=default;align=center;verticalAlign=middle;fontFamily=Helvetica;fontSize=11;fontColor=default;labelBackgroundColor=default;startSize=10;endArrow=oval;endFill=1;endSize=10;" target="2NGO6QNT-XVds2e5QfUs-66" value="">
          <mxGeometry relative="1" as="geometry" />
        </mxCell>
        <mxCell id="2NGO6QNT-XVds2e5QfUs-71" parent="1" style="swimlane;fontStyle=1;align=center;verticalAlign=top;childLayout=stackLayout;horizontal=1;startSize=26;horizontalStack=0;resizeParent=1;resizeParentMax=0;resizeLast=0;collapsible=1;marginBottom=0;whiteSpace=wrap;html=1;" value="GameState" vertex="1">
          <mxGeometry height="94" width="210" x="110" y="430" as="geometry" />
        </mxCell>
        <mxCell id="2NGO6QNT-XVds2e5QfUs-72" parent="2NGO6QNT-XVds2e5QfUs-71" style="text;strokeColor=none;fillColor=none;align=left;verticalAlign=top;spacingLeft=4;spacingRight=4;overflow=hidden;rotatable=0;points=[[0,0.5],[1,0.5]];portConstraint=eastwest;whiteSpace=wrap;html=1;" value="+ pausado: bool" vertex="1">
          <mxGeometry height="34" width="210" y="26" as="geometry" />
        </mxCell>
        <mxCell id="2NGO6QNT-XVds2e5QfUs-73" parent="2NGO6QNT-XVds2e5QfUs-71" style="line;strokeWidth=1;fillColor=none;align=left;verticalAlign=middle;spacingTop=-1;spacingLeft=3;spacingRight=3;rotatable=0;labelPosition=right;points=[];portConstraint=eastwest;strokeColor=inherit;" value="" vertex="1">
          <mxGeometry height="8" width="210" y="60" as="geometry" />
        </mxCell>
        <mxCell id="2NGO6QNT-XVds2e5QfUs-74" parent="2NGO6QNT-XVds2e5QfUs-71" style="text;strokeColor=none;fillColor=none;align=left;verticalAlign=top;spacingLeft=4;spacingRight=4;overflow=hidden;rotatable=0;points=[[0,0.5],[1,0.5]];portConstraint=eastwest;whiteSpace=wrap;html=1;" value="+ method(type): type" vertex="1">
          <mxGeometry height="26" width="210" y="68" as="geometry" />
+         </mxCell>
+         <mxCell id="2NGO6QNT-XVds2e5QfUs-96" parent="1" style="swimlane;fontStyle=1;align=center;verticalAlign=top;childLayout=stackLayout;horizontal=1;startSize=26;horizontalStack=0;resizeParent=1;resizeParentMax=0;resizeLast=0;collapsible=1;marginBottom=0;whiteSpace=wrap;html=1;" value="BaseView &amp;lt;&amp;lt;abstract&amp;gt;&amp;gt;" vertex="1">
+           <mxGeometry height="100" width="190" x="-380" y="320" as="geometry" />
+         </mxCell>
+         <mxCell id="2NGO6QNT-XVds2e5QfUs-97" parent="2NGO6QNT-XVds2e5QfUs-96" style="text;strokeColor=none;fillColor=none;align=left;verticalAlign=top;spacingLeft=4;spacingRight=4;overflow=hidden;rotatable=0;points=[[0,0.5],[1,0.5]];portConstraint=eastwest;whiteSpace=wrap;html=1;" value="+ offset: [float, float]" vertex="1">
+           <mxGeometry height="24" width="190" y="26" as="geometry" />
+         </mxCell>
+         <mxCell id="2NGO6QNT-XVds2e5QfUs-98" parent="2NGO6QNT-XVds2e5QfUs-96" style="line;strokeWidth=1;fillColor=none;align=left;verticalAlign=middle;spacingTop=-1;spacingLeft=3;spacingRight=3;rotatable=0;labelPosition=right;points=[];portConstraint=eastwest;strokeColor=inherit;" value="" vertex="1">
+           <mxGeometry height="8" width="190" y="50" as="geometry" />
+         </mxCell>
+         <mxCell id="2NGO6QNT-XVds2e5QfUs-99" parent="2NGO6QNT-XVds2e5QfUs-96" style="text;strokeColor=none;fillColor=none;align=left;verticalAlign=top;spacingLeft=4;spacingRight=4;overflow=hidden;rotatable=0;points=[[0,0.5],[1,0.5]];portConstraint=eastwest;whiteSpace=wrap;html=1;" value="+ desenhar()&lt;div&gt;+ handle_evento(evento)&lt;/div&gt;" vertex="1">
+           <mxGeometry height="42" width="190" y="58" as="geometry" />
+         </mxCell>
+         <mxCell id="2NGO6QNT-XVds2e5QfUs-105" edge="1" parent="1" source="2NGO6QNT-XVds2e5QfUs-100" style="edgeStyle=none;shape=connector;rounded=0;orthogonalLoop=1;jettySize=auto;html=1;strokeColor=default;align=center;verticalAlign=middle;fontFamily=Helvetica;fontSize=11;fontColor=default;labelBackgroundColor=default;startSize=10;endArrow=oval;endFill=1;endSize=10;" target="2NGO6QNT-XVds2e5QfUs-33">
+           <mxGeometry relative="1" as="geometry" />
+         </mxCell>
+         <mxCell id="2NGO6QNT-XVds2e5QfUs-100" parent="1" style="swimlane;fontStyle=1;align=center;verticalAlign=top;childLayout=stackLayout;horizontal=1;startSize=26;horizontalStack=0;resizeParent=1;resizeParentMax=0;resizeLast=0;collapsible=1;marginBottom=0;whiteSpace=wrap;html=1;" value="AudioController" vertex="1">
+           <mxGeometry height="110" width="180" x="260" y="77" as="geometry" />
+         </mxCell>
+         <mxCell id="2NGO6QNT-XVds2e5QfUs-101" parent="2NGO6QNT-XVds2e5QfUs-100" style="text;strokeColor=none;fillColor=none;align=left;verticalAlign=top;spacingLeft=4;spacingRight=4;overflow=hidden;rotatable=0;points=[[0,0.5],[1,0.5]];portConstraint=eastwest;whiteSpace=wrap;html=1;" value="+ game_state: GameState&lt;div&gt;&lt;br&gt;&lt;/div&gt;" vertex="1">
+           <mxGeometry height="34" width="180" y="26" as="geometry" />
+         </mxCell>
+         <mxCell id="2NGO6QNT-XVds2e5QfUs-102" parent="2NGO6QNT-XVds2e5QfUs-100" style="line;strokeWidth=1;fillColor=none;align=left;verticalAlign=middle;spacingTop=-1;spacingLeft=3;spacingRight=3;rotatable=0;labelPosition=right;points=[];portConstraint=eastwest;strokeColor=inherit;" value="" vertex="1">
+           <mxGeometry height="8" width="180" y="60" as="geometry" />
+         </mxCell>
+         <mxCell id="2NGO6QNT-XVds2e5QfUs-103" parent="2NGO6QNT-XVds2e5QfUs-100" style="text;strokeColor=none;fillColor=none;align=left;verticalAlign=top;spacingLeft=4;spacingRight=4;overflow=hidden;rotatable=0;points=[[0,0.5],[1,0.5]];portConstraint=eastwest;whiteSpace=wrap;html=1;" value="&lt;div&gt;+ inicializar_musica()&lt;/div&gt;&lt;div&gt;+ ajustar_volume(volume: float)&lt;/div&gt;" vertex="1">
+           <mxGeometry height="42" width="180" y="68" as="geometry" />
+         </mxCell>
+         <mxCell id="2NGO6QNT-XVds2e5QfUs-110" edge="1" parent="1" source="2NGO6QNT-XVds2e5QfUs-106" style="edgeStyle=none;shape=connector;rounded=0;orthogonalLoop=1;jettySize=auto;html=1;strokeColor=default;align=center;verticalAlign=middle;fontFamily=Helvetica;fontSize=11;fontColor=default;labelBackgroundColor=default;startSize=10;endArrow=oval;endFill=1;endSize=10;" target="2NGO6QNT-XVds2e5QfUs-33" value="">
+           <mxGeometry relative="1" as="geometry" />
+         </mxCell>
+         <mxCell id="2NGO6QNT-XVds2e5QfUs-106" parent="1" style="swimlane;fontStyle=1;align=center;verticalAlign=top;childLayout=stackLayout;horizontal=1;startSize=26;horizontalStack=0;resizeParent=1;resizeParentMax=0;resizeLast=0;collapsible=1;marginBottom=0;whiteSpace=wrap;html=1;" value="MapaController" vertex="1">
+           <mxGeometry height="110" width="235" x="-260" y="77" as="geometry" />
+         </mxCell>
+         <mxCell id="2NGO6QNT-XVds2e5QfUs-107" parent="2NGO6QNT-XVds2e5QfUs-106" style="text;strokeColor=none;fillColor=none;align=left;verticalAlign=top;spacingLeft=4;spacingRight=4;overflow=hidden;rotatable=0;points=[[0,0.5],[1,0.5]];portConstraint=eastwest;whiteSpace=wrap;html=1;" value="+ game_state: GameState&lt;div&gt;+ game_model: GameModel&lt;/div&gt;&lt;div&gt;&lt;br&gt;&lt;div&gt;&lt;br&gt;&lt;/div&gt;&lt;/div&gt;" vertex="1">
+           <mxGeometry height="34" width="235" y="26" as="geometry" />
+         </mxCell>
+         <mxCell id="2NGO6QNT-XVds2e5QfUs-108" parent="2NGO6QNT-XVds2e5QfUs-106" style="line;strokeWidth=1;fillColor=none;align=left;verticalAlign=middle;spacingTop=-1;spacingLeft=3;spacingRight=3;rotatable=0;labelPosition=right;points=[];portConstraint=eastwest;strokeColor=inherit;" value="" vertex="1">
+           <mxGeometry height="8" width="235" y="60" as="geometry" />
+         </mxCell>
+         <mxCell id="2NGO6QNT-XVds2e5QfUs-109" parent="2NGO6QNT-XVds2e5QfUs-106" style="text;strokeColor=none;fillColor=none;align=left;verticalAlign=top;spacingLeft=4;spacingRight=4;overflow=hidden;rotatable=0;points=[[0,0.5],[1,0.5]];portConstraint=eastwest;whiteSpace=wrap;html=1;" value="&lt;div&gt;+ handle_clique_direito(coord: [int, int])&lt;/div&gt;&lt;div&gt;&lt;div&gt;+ handle_clique_esquerdo(coord: [int, int])&lt;/div&gt;&lt;/div&gt;" vertex="1">
+           <mxGeometry height="42" width="235" y="68" as="geometry" />
        </mxCell>
      </root>
    </mxGraphModel>
  </diagram>
</mxfile>
